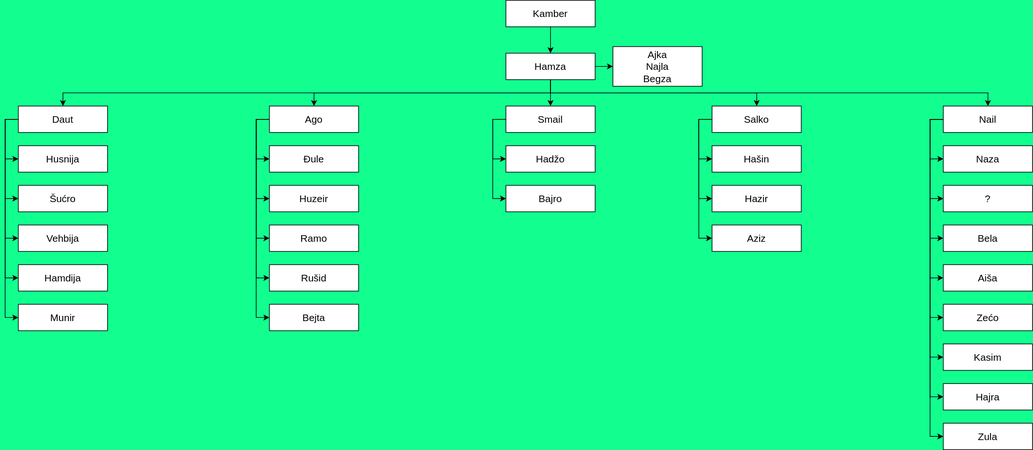
Makisa04/Makisa04.github.io keeps this draw.io diagram as stablo.drawio.svg. Above is the earlier version. Source tidied: cells renumbered, new cells last; positions are measured from the earlier drawing's top-left corner, leaving out a move shared by most shapes. Source of this version:
```xml
<mxGraphModel background="#12FF90">
  <root>
    <mxCell id="0" />
    <mxCell id="1" parent="0" />
    <mxCell id="2" value="&lt;font style=&quot;font-size: 15px;&quot;&gt;Kamber&lt;/font&gt;" style="rounded=0;whiteSpace=wrap;html=1;" parent="1" vertex="1">
      <mxGeometry x="738" width="135" height="40" as="geometry" />
    </mxCell>
    <mxCell id="3" style="edgeStyle=orthogonalEdgeStyle;rounded=0;jettySize=auto;html=1;" parent="1" edge="1" source="9" target="31">
      <mxGeometry relative="1" as="geometry" />
    </mxCell>
    <mxCell id="4" style="edgeStyle=orthogonalEdgeStyle;rounded=0;jettySize=auto;html=1;exitX=0.5;exitY=1;exitDx=0;exitDy=0;entryX=0.5;entryY=0;entryDx=0;entryDy=0;" parent="1" edge="1" source="9" target="37">
      <mxGeometry relative="1" as="geometry" />
    </mxCell>
    <mxCell id="5" style="edgeStyle=orthogonalEdgeStyle;rounded=0;jettySize=auto;html=1;exitX=0.5;exitY=1;exitDx=0;exitDy=0;entryX=0.5;entryY=0;entryDx=0;entryDy=0;" parent="1" edge="1" source="9" target="15">
      <mxGeometry relative="1" as="geometry" />
    </mxCell>
    <mxCell id="6" style="edgeStyle=orthogonalEdgeStyle;rounded=0;jettySize=auto;html=1;exitX=0.5;exitY=1;exitDx=0;exitDy=0;entryX=0.5;entryY=0;entryDx=0;entryDy=0;" parent="1" edge="1" source="9" target="28">
      <mxGeometry relative="1" as="geometry" />
    </mxCell>
    <mxCell id="7" style="edgeStyle=orthogonalEdgeStyle;rounded=0;jettySize=auto;html=1;exitX=1;exitY=0.5;exitDx=0;exitDy=0;" parent="1" edge="1" source="9" target="38">
      <mxGeometry relative="1" as="geometry" />
    </mxCell>
    <mxCell id="8" style="edgeStyle=orthogonalEdgeStyle;rounded=0;jettySize=auto;html=1;exitX=0.5;exitY=1;exitDx=0;exitDy=0;entryX=0.5;entryY=0;entryDx=0;entryDy=0;" parent="1" edge="1" source="9" target="24">
      <mxGeometry relative="1" as="geometry" />
    </mxCell>
    <mxCell id="9" value="&lt;font style=&quot;font-size: 15px;&quot;&gt;Hamza&lt;/font&gt;" style="rounded=0;whiteSpace=wrap;html=1;" parent="1" vertex="1">
      <mxGeometry x="738" y="80" width="135" height="40" as="geometry" />
    </mxCell>
    <mxCell id="10" style="edgeStyle=orthogonalEdgeStyle;rounded=0;jettySize=auto;html=1;exitX=0;exitY=0.5;exitDx=0;exitDy=0;entryX=0;entryY=0.5;entryDx=0;entryDy=0;" parent="1" edge="1" source="15" target="40">
      <mxGeometry relative="1" as="geometry" />
    </mxCell>
    <mxCell id="11" style="edgeStyle=orthogonalEdgeStyle;rounded=0;jettySize=auto;html=1;exitX=0;exitY=0.5;exitDx=0;exitDy=0;entryX=0;entryY=0.5;entryDx=0;entryDy=0;" parent="1" edge="1" source="15" target="41">
      <mxGeometry relative="1" as="geometry" />
    </mxCell>
    <mxCell id="12" style="edgeStyle=orthogonalEdgeStyle;rounded=0;jettySize=auto;html=1;exitX=0;exitY=0.5;exitDx=0;exitDy=0;entryX=0;entryY=0.5;entryDx=0;entryDy=0;" parent="1" edge="1" source="15" target="42">
      <mxGeometry relative="1" as="geometry" />
    </mxCell>
    <mxCell id="13" style="edgeStyle=orthogonalEdgeStyle;rounded=0;jettySize=auto;html=1;exitX=0;exitY=0.5;exitDx=0;exitDy=0;entryX=0;entryY=0.5;entryDx=0;entryDy=0;" parent="1" edge="1" source="15" target="43">
      <mxGeometry relative="1" as="geometry" />
    </mxCell>
    <mxCell id="14" style="edgeStyle=orthogonalEdgeStyle;rounded=0;jettySize=auto;html=1;exitX=0;exitY=0.5;exitDx=0;exitDy=0;entryX=0;entryY=0.5;entryDx=0;entryDy=0;" parent="1" edge="1" source="15" target="44">
      <mxGeometry relative="1" as="geometry" />
    </mxCell>
    <mxCell id="15" value="&lt;font style=&quot;font-size: 15px;&quot;&gt;Daut&lt;/font&gt;" style="rounded=0;whiteSpace=wrap;html=1;" parent="1" vertex="1">
      <mxGeometry y="160" width="135" height="40" as="geometry" />
    </mxCell>
    <mxCell id="16" style="edgeStyle=orthogonalEdgeStyle;rounded=0;jettySize=auto;html=1;exitX=0;exitY=0.5;exitDx=0;exitDy=0;entryX=0;entryY=0.5;entryDx=0;entryDy=0;" parent="1" edge="1" source="24" target="55">
      <mxGeometry relative="1" as="geometry" />
    </mxCell>
    <mxCell id="17" style="edgeStyle=orthogonalEdgeStyle;rounded=0;jettySize=auto;html=1;exitX=0;exitY=0.5;exitDx=0;exitDy=0;entryX=0;entryY=0.5;entryDx=0;entryDy=0;" parent="1" edge="1" source="24" target="56">
      <mxGeometry relative="1" as="geometry" />
    </mxCell>
    <mxCell id="18" style="edgeStyle=orthogonalEdgeStyle;rounded=0;jettySize=auto;html=1;exitX=0;exitY=0.5;exitDx=0;exitDy=0;entryX=0;entryY=0.5;entryDx=0;entryDy=0;" parent="1" edge="1" source="24" target="57">
      <mxGeometry relative="1" as="geometry" />
    </mxCell>
    <mxCell id="19" style="edgeStyle=orthogonalEdgeStyle;rounded=0;jettySize=auto;html=1;exitX=0;exitY=0.5;exitDx=0;exitDy=0;entryX=0;entryY=0.5;entryDx=0;entryDy=0;" parent="1" edge="1" source="24" target="58">
      <mxGeometry relative="1" as="geometry" />
    </mxCell>
    <mxCell id="20" style="edgeStyle=orthogonalEdgeStyle;rounded=0;jettySize=auto;html=1;exitX=0;exitY=0.5;exitDx=0;exitDy=0;entryX=0;entryY=0.5;entryDx=0;entryDy=0;" parent="1" edge="1" source="24" target="59">
      <mxGeometry relative="1" as="geometry" />
    </mxCell>
    <mxCell id="21" style="edgeStyle=orthogonalEdgeStyle;rounded=0;jettySize=auto;html=1;exitX=0;exitY=0.5;exitDx=0;exitDy=0;entryX=0;entryY=0.5;entryDx=0;entryDy=0;" parent="1" edge="1" source="24" target="60">
      <mxGeometry relative="1" as="geometry" />
    </mxCell>
    <mxCell id="22" style="edgeStyle=orthogonalEdgeStyle;rounded=0;jettySize=auto;html=1;exitX=0;exitY=0.5;exitDx=0;exitDy=0;entryX=0;entryY=0.5;entryDx=0;entryDy=0;" parent="1" edge="1" source="24" target="61">
      <mxGeometry relative="1" as="geometry" />
    </mxCell>
    <mxCell id="23" style="edgeStyle=orthogonalEdgeStyle;rounded=0;jettySize=auto;html=1;exitX=0;exitY=0.5;exitDx=0;exitDy=0;entryX=0;entryY=0.5;entryDx=0;entryDy=0;" parent="1" edge="1" source="24" target="62">
      <mxGeometry relative="1" as="geometry" />
    </mxCell>
    <mxCell id="24" value="&lt;font style=&quot;font-size: 15px;&quot;&gt;Nail&lt;/font&gt;" style="rounded=0;whiteSpace=wrap;html=1;" parent="1" vertex="1">
      <mxGeometry x="1400" y="160" width="135" height="40" as="geometry" />
    </mxCell>
    <mxCell id="25" style="edgeStyle=orthogonalEdgeStyle;rounded=0;jettySize=auto;html=1;exitX=0;exitY=0.5;exitDx=0;exitDy=0;entryX=0;entryY=0.5;entryDx=0;entryDy=0;" parent="1" edge="1" source="28" target="52">
      <mxGeometry relative="1" as="geometry" />
    </mxCell>
    <mxCell id="26" style="edgeStyle=orthogonalEdgeStyle;rounded=0;jettySize=auto;html=1;exitX=0;exitY=0.5;exitDx=0;exitDy=0;entryX=0;entryY=0.5;entryDx=0;entryDy=0;" parent="1" edge="1" source="28" target="53">
      <mxGeometry relative="1" as="geometry" />
    </mxCell>
    <mxCell id="27" style="edgeStyle=orthogonalEdgeStyle;rounded=0;jettySize=auto;html=1;exitX=0;exitY=0.5;exitDx=0;exitDy=0;entryX=0;entryY=0.5;entryDx=0;entryDy=0;" parent="1" edge="1" source="28" target="54">
      <mxGeometry relative="1" as="geometry" />
    </mxCell>
    <mxCell id="28" value="&lt;font style=&quot;font-size: 15px;&quot;&gt;Salko&lt;/font&gt;" style="rounded=0;whiteSpace=wrap;html=1;" parent="1" vertex="1">
      <mxGeometry x="1050" y="160" width="135" height="40" as="geometry" />
    </mxCell>
    <mxCell id="29" style="edgeStyle=orthogonalEdgeStyle;rounded=0;jettySize=auto;html=1;exitX=0;exitY=0.5;exitDx=0;exitDy=0;entryX=0;entryY=0.5;entryDx=0;entryDy=0;" parent="1" edge="1" source="31" target="50">
      <mxGeometry relative="1" as="geometry" />
    </mxCell>
    <mxCell id="30" style="edgeStyle=orthogonalEdgeStyle;rounded=0;jettySize=auto;html=1;exitX=0;exitY=0.5;exitDx=0;exitDy=0;entryX=0;entryY=0.5;entryDx=0;entryDy=0;" parent="1" edge="1" source="31" target="51">
      <mxGeometry relative="1" as="geometry" />
    </mxCell>
    <mxCell id="31" value="&lt;font style=&quot;font-size: 15px;&quot;&gt;Smail&lt;/font&gt;" style="rounded=0;whiteSpace=wrap;html=1;" parent="1" vertex="1">
      <mxGeometry x="738" y="160" width="135" height="40" as="geometry" />
    </mxCell>
    <mxCell id="32" style="edgeStyle=orthogonalEdgeStyle;rounded=0;jettySize=auto;html=1;exitX=0;exitY=0.5;exitDx=0;exitDy=0;entryX=0;entryY=0.5;entryDx=0;entryDy=0;" parent="1" edge="1" source="37" target="45">
      <mxGeometry relative="1" as="geometry" />
    </mxCell>
    <mxCell id="33" style="edgeStyle=orthogonalEdgeStyle;rounded=0;jettySize=auto;html=1;exitX=0;exitY=0.5;exitDx=0;exitDy=0;entryX=0;entryY=0.5;entryDx=0;entryDy=0;" parent="1" edge="1" source="37" target="46">
      <mxGeometry relative="1" as="geometry" />
    </mxCell>
    <mxCell id="34" style="edgeStyle=orthogonalEdgeStyle;rounded=0;jettySize=auto;html=1;exitX=0;exitY=0.5;exitDx=0;exitDy=0;entryX=0;entryY=0.5;entryDx=0;entryDy=0;" parent="1" edge="1" source="37" target="47">
      <mxGeometry relative="1" as="geometry" />
    </mxCell>
    <mxCell id="35" style="edgeStyle=orthogonalEdgeStyle;rounded=0;jettySize=auto;html=1;exitX=0;exitY=0.5;exitDx=0;exitDy=0;entryX=0;entryY=0.5;entryDx=0;entryDy=0;" parent="1" edge="1" source="37" target="48">
      <mxGeometry relative="1" as="geometry" />
    </mxCell>
    <mxCell id="36" style="edgeStyle=orthogonalEdgeStyle;rounded=0;jettySize=auto;html=1;exitX=0;exitY=0.5;exitDx=0;exitDy=0;entryX=0;entryY=0.5;entryDx=0;entryDy=0;" parent="1" edge="1" source="37" target="49">
      <mxGeometry relative="1" as="geometry" />
    </mxCell>
    <mxCell id="37" value="&lt;font style=&quot;font-size: 15px;&quot;&gt;Ago&lt;/font&gt;" style="rounded=0;whiteSpace=wrap;html=1;" parent="1" vertex="1">
      <mxGeometry x="380" y="160" width="135" height="40" as="geometry" />
    </mxCell>
    <mxCell id="38" value="&lt;font style=&quot;font-size: 15px;&quot;&gt;Ajka&lt;/font&gt;&lt;div&gt;&lt;font style=&quot;font-size: 15px;&quot;&gt;Najla&lt;/font&gt;&lt;/div&gt;&lt;div&gt;&lt;font style=&quot;font-size: 15px;&quot;&gt;Begza&lt;/font&gt;&lt;/div&gt;" style="rounded=0;whiteSpace=wrap;html=1;" parent="1" vertex="1">
      <mxGeometry x="900" y="70" width="135" height="60" as="geometry" />
    </mxCell>
    <mxCell id="39" style="endArrow=classic;html=1;rounded=0;exitX=0.5;exitY=1;exitDx=0;exitDy=0;entryX=0.5;entryY=0;entryDx=0;entryDy=0;" parent="1" edge="1" source="2" target="9">
      <mxGeometry relative="1" as="geometry" />
    </mxCell>
    <mxCell id="40" value="&lt;font style=&quot;font-size: 15px;&quot;&gt;Husnija&lt;/font&gt;" style="rounded=0;whiteSpace=wrap;html=1;" parent="1" vertex="1">
      <mxGeometry y="220" width="135" height="40" as="geometry" />
    </mxCell>
    <mxCell id="41" value="&lt;font style=&quot;font-size: 15px;&quot;&gt;Šućro&lt;/font&gt;" style="rounded=0;whiteSpace=wrap;html=1;" parent="1" vertex="1">
      <mxGeometry y="280" width="135" height="40" as="geometry" />
    </mxCell>
    <mxCell id="42" value="&lt;font style=&quot;font-size: 15px;&quot;&gt;Vehbija&lt;/font&gt;" style="rounded=0;whiteSpace=wrap;html=1;" parent="1" vertex="1">
      <mxGeometry y="340" width="135" height="40" as="geometry" />
    </mxCell>
    <mxCell id="43" value="&lt;font style=&quot;font-size: 15px;&quot;&gt;Hamdija&lt;/font&gt;" style="rounded=0;whiteSpace=wrap;html=1;" parent="1" vertex="1">
      <mxGeometry y="400" width="135" height="40" as="geometry" />
    </mxCell>
    <mxCell id="44" value="&lt;font style=&quot;font-size: 15px;&quot;&gt;Munir&lt;/font&gt;" style="rounded=0;whiteSpace=wrap;html=1;" parent="1" vertex="1">
      <mxGeometry y="460" width="135" height="40" as="geometry" />
    </mxCell>
    <mxCell id="45" value="&lt;font style=&quot;font-size: 15px;&quot;&gt;Đule&lt;/font&gt;" style="rounded=0;whiteSpace=wrap;html=1;" parent="1" vertex="1">
      <mxGeometry x="380" y="220" width="135" height="40" as="geometry" />
    </mxCell>
    <mxCell id="46" value="&lt;font style=&quot;font-size: 15px;&quot;&gt;Huzeir&lt;/font&gt;" style="rounded=0;whiteSpace=wrap;html=1;" parent="1" vertex="1">
      <mxGeometry x="380" y="280" width="135" height="40" as="geometry" />
    </mxCell>
    <mxCell id="47" value="&lt;font style=&quot;font-size: 15px;&quot;&gt;Ramo&lt;/font&gt;" style="rounded=0;whiteSpace=wrap;html=1;" parent="1" vertex="1">
      <mxGeometry x="380" y="340" width="135" height="40" as="geometry" />
    </mxCell>
    <mxCell id="48" value="&lt;font style=&quot;font-size: 15px;&quot;&gt;Rušid&lt;/font&gt;" style="rounded=0;whiteSpace=wrap;html=1;" parent="1" vertex="1">
      <mxGeometry x="380" y="400" width="135" height="40" as="geometry" />
    </mxCell>
    <mxCell id="49" value="&lt;font style=&quot;font-size: 15px;&quot;&gt;Bejta&lt;/font&gt;" style="rounded=0;whiteSpace=wrap;html=1;" parent="1" vertex="1">
      <mxGeometry x="380" y="460" width="135" height="40" as="geometry" />
    </mxCell>
    <mxCell id="50" value="&lt;font style=&quot;font-size: 15px;&quot;&gt;Hadžo&lt;/font&gt;" style="rounded=0;whiteSpace=wrap;html=1;" parent="1" vertex="1">
      <mxGeometry x="738" y="220" width="135" height="40" as="geometry" />
    </mxCell>
    <mxCell id="51" value="&lt;font style=&quot;font-size: 15px;&quot;&gt;Bajro&lt;/font&gt;" style="rounded=0;whiteSpace=wrap;html=1;" parent="1" vertex="1">
      <mxGeometry x="738" y="280" width="135" height="40" as="geometry" />
    </mxCell>
    <mxCell id="52" value="&lt;font style=&quot;font-size: 15px;&quot;&gt;Hašin&lt;/font&gt;" style="rounded=0;whiteSpace=wrap;html=1;" parent="1" vertex="1">
      <mxGeometry x="1050" y="220" width="135" height="40" as="geometry" />
    </mxCell>
    <mxCell id="53" value="&lt;font style=&quot;font-size: 15px;&quot;&gt;Hazir&lt;/font&gt;" style="rounded=0;whiteSpace=wrap;html=1;" parent="1" vertex="1">
      <mxGeometry x="1050" y="280" width="135" height="40" as="geometry" />
    </mxCell>
    <mxCell id="54" value="&lt;font style=&quot;font-size: 15px;&quot;&gt;Aziz&lt;/font&gt;" style="rounded=0;whiteSpace=wrap;html=1;" parent="1" vertex="1">
      <mxGeometry x="1050" y="340" width="135" height="40" as="geometry" />
    </mxCell>
    <mxCell id="55" value="&lt;font style=&quot;font-size: 15px;&quot;&gt;Naza&lt;/font&gt;" style="rounded=0;whiteSpace=wrap;html=1;" parent="1" vertex="1">
      <mxGeometry x="1400" y="220" width="135" height="40" as="geometry" />
    </mxCell>
    <mxCell id="56" value="&lt;span style=&quot;font-size: 15px;&quot;&gt;?&lt;/span&gt;" style="rounded=0;whiteSpace=wrap;html=1;" parent="1" vertex="1">
      <mxGeometry x="1400" y="280" width="135" height="40" as="geometry" />
    </mxCell>
    <mxCell id="57" value="&lt;font style=&quot;font-size: 15px;&quot;&gt;Bela&lt;/font&gt;" style="rounded=0;whiteSpace=wrap;html=1;" parent="1" vertex="1">
      <mxGeometry x="1400" y="340" width="135" height="40" as="geometry" />
    </mxCell>
    <mxCell id="58" value="&lt;font style=&quot;font-size: 15px;&quot;&gt;Aiša&lt;/font&gt;" style="rounded=0;whiteSpace=wrap;html=1;" parent="1" vertex="1">
      <mxGeometry x="1400" y="400" width="135" height="40" as="geometry" />
    </mxCell>
    <mxCell id="59" value="&lt;font style=&quot;font-size: 15px;&quot;&gt;Zećo&lt;/font&gt;" style="rounded=0;whiteSpace=wrap;html=1;" parent="1" vertex="1">
      <mxGeometry x="1400" y="460" width="135" height="40" as="geometry" />
    </mxCell>
    <mxCell id="60" value="&lt;font style=&quot;font-size: 15px;&quot;&gt;Kasim&lt;/font&gt;" style="rounded=0;whiteSpace=wrap;html=1;" parent="1" vertex="1">
      <mxGeometry x="1400" y="520" width="135" height="40" as="geometry" />
    </mxCell>
    <mxCell id="61" value="&lt;font style=&quot;font-size: 15px;&quot;&gt;Hajra&lt;/font&gt;" style="rounded=0;whiteSpace=wrap;html=1;" parent="1" vertex="1">
      <mxGeometry x="1400" y="580" width="135" height="40" as="geometry" />
    </mxCell>
    <mxCell id="62" value="&lt;font style=&quot;font-size: 15px;&quot;&gt;Zula&lt;/font&gt;" style="rounded=0;whiteSpace=wrap;html=1;" parent="1" vertex="1">
      <mxGeometry x="1400" y="640" width="135" height="40" as="geometry" />
    </mxCell>
  </root>
</mxGraphModel>
```
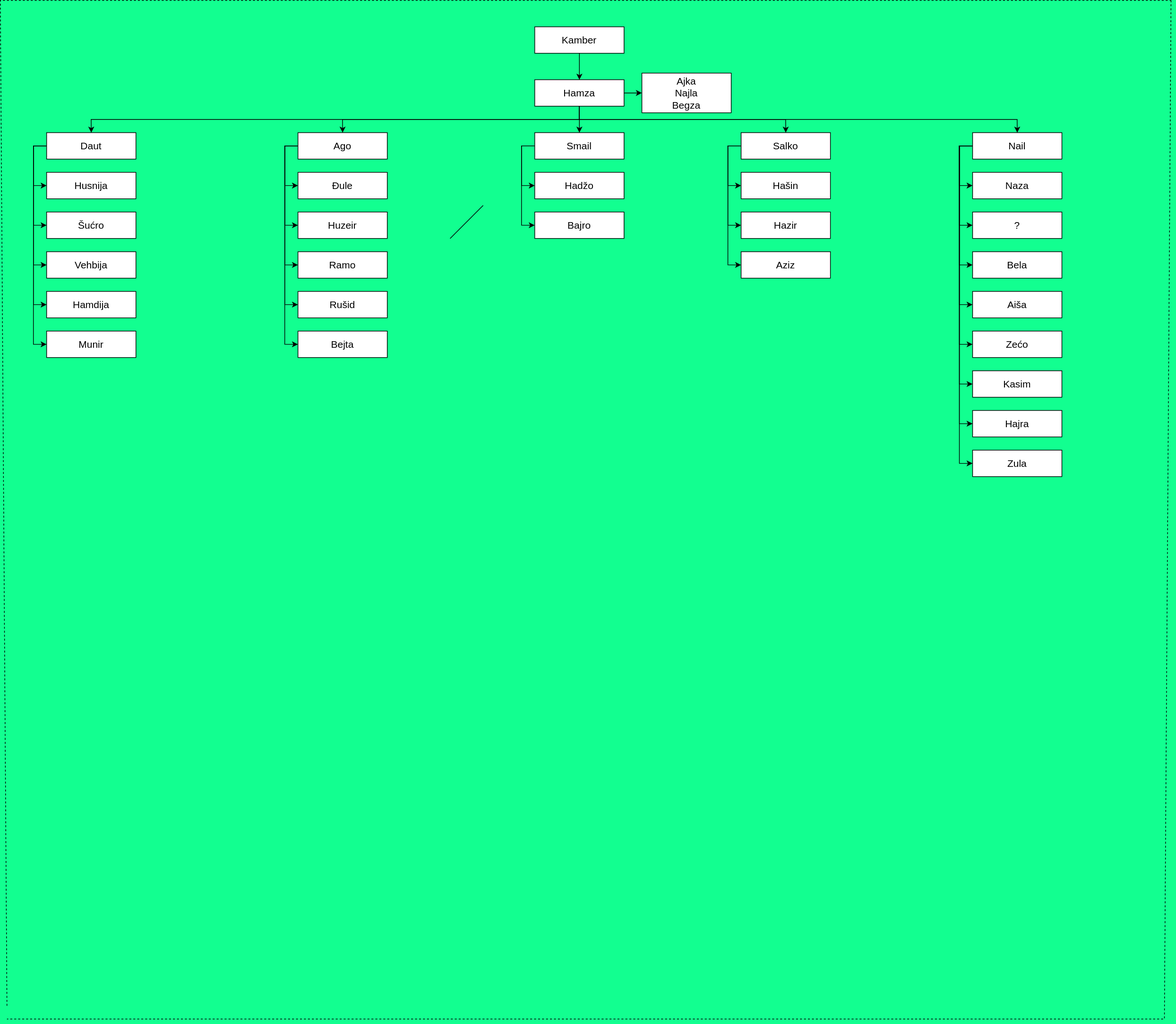
The same diagram one commit later.

Diff of the diagram source:
```diff
@@ -185,5 +185,29 @@
     <mxCell id="62" value="&lt;font style=&quot;font-size: 15px;&quot;&gt;Zula&lt;/font&gt;" style="rounded=0;whiteSpace=wrap;html=1;" parent="1" vertex="1">
       <mxGeometry x="1400" y="640" width="135" height="40" as="geometry" />
     </mxCell>
+    <mxCell id="63" style="endArrow=none;html=1;rounded=0;" parent="1" edge="1">
+      <mxGeometry relative="1" as="geometry">
+        <mxPoint x="610" y="320" as="sourcePoint" />
+        <mxPoint x="660" y="270" as="targetPoint" />
+      </mxGeometry>
+    </mxCell>
+    <mxCell id="64" style="endArrow=none;dashed=1;html=1;rounded=0;" parent="1" edge="1">
+      <mxGeometry relative="1" as="geometry">
+        <mxPoint x="-60" y="1480" as="sourcePoint" />
+        <mxPoint x="1700" y="-40" as="targetPoint" />
+        <Array as="points">
+          <mxPoint x="-70" y="-40" />
+        </Array>
+      </mxGeometry>
+    </mxCell>
+    <mxCell id="65" style="endArrow=none;dashed=1;html=1;rounded=0;" parent="1" edge="1">
+      <mxGeometry relative="1" as="geometry">
+        <mxPoint x="1700" y="-40" as="sourcePoint" />
+        <mxPoint x="-60" y="1500" as="targetPoint" />
+        <Array as="points">
+          <mxPoint x="1690" y="1500" />
+        </Array>
+      </mxGeometry>
+    </mxCell>
   </root>
 </mxGraphModel>
```
